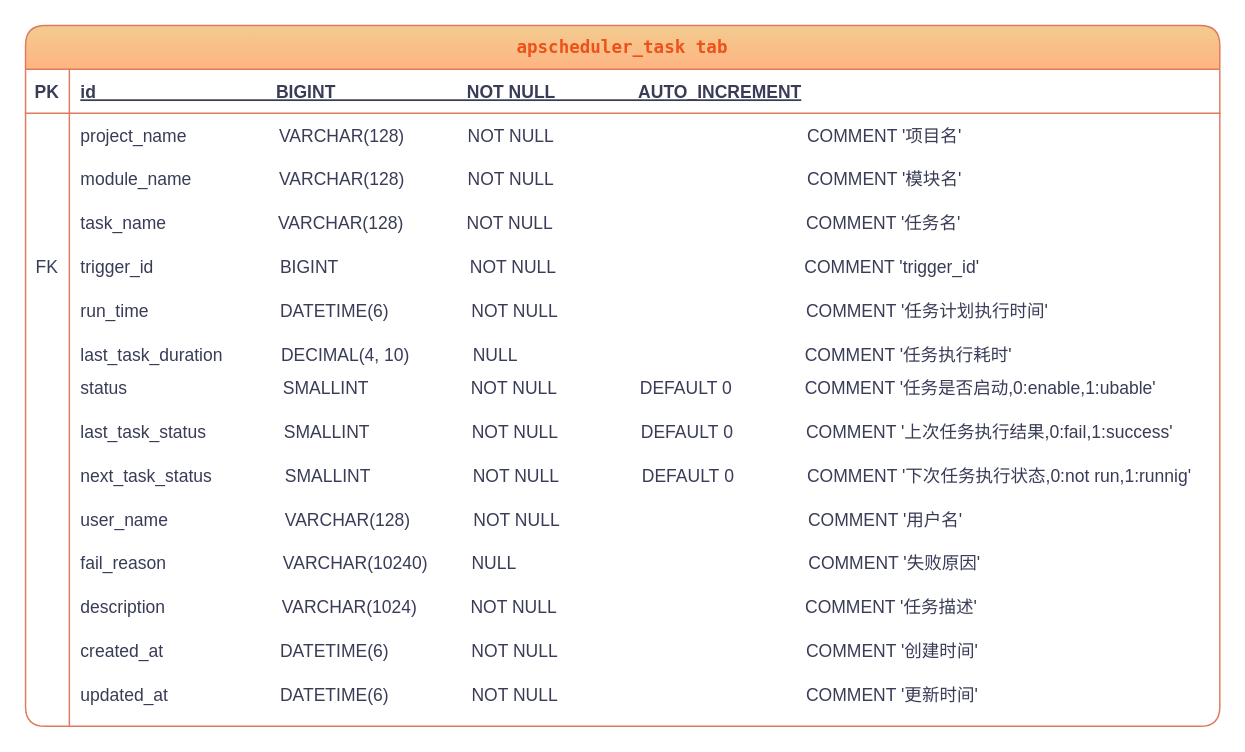
The draw.io diagram 存钱罐.drawio in 1325075688gw/-offer, before the edit. Source tidied: cells renumbered, new cells numbered last; positions are measured from the earlier drawing's top-left corner, leaving out a move shared by most shapes. Both pictures are drawn from the tidied source at 146%, with x=0, y=0 at pixel (25, 25).
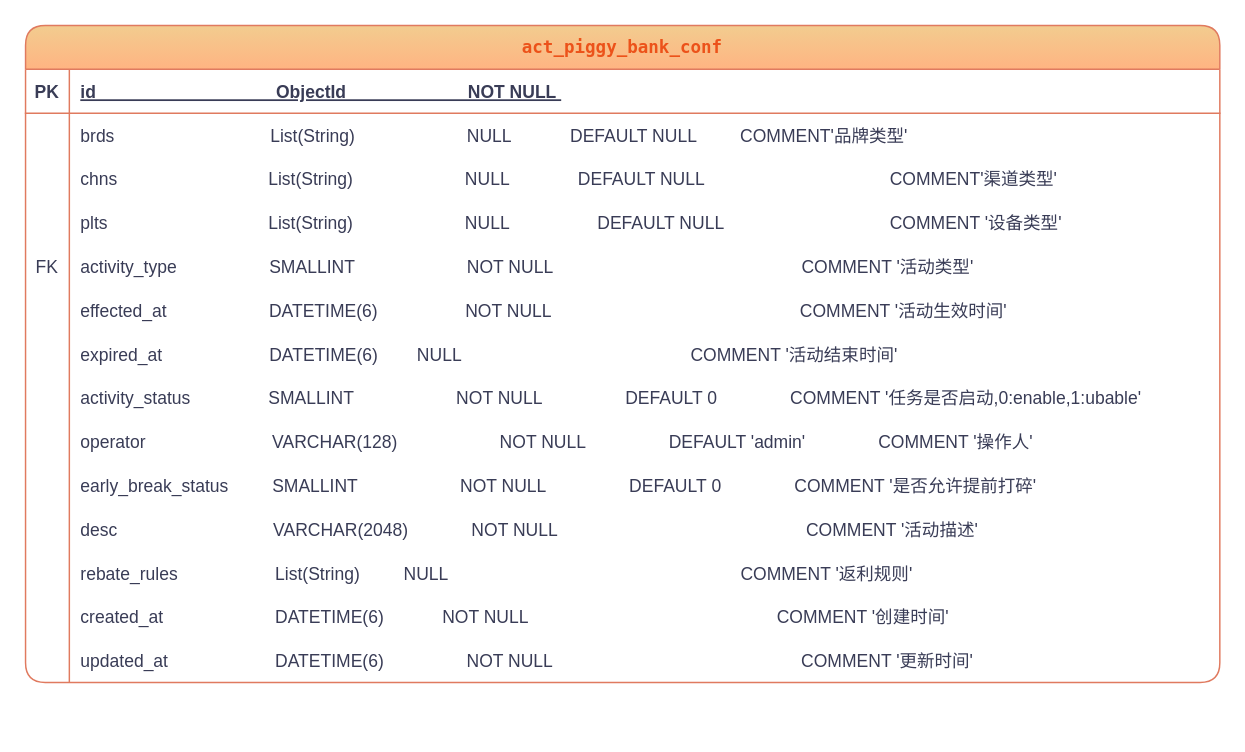
After the change.

Commit message (it also covers changes not shown here):
更新存钱罐.drawio

Unchanged cells that the change refers to:
```xml
<mxCell id="8" style="shape=partialRectangle;fillColor=none;top=0;left=0;right=0;bottom=1;rounded=1;labelBackgroundColor=none;strokeColor=#E07A5F;fontColor=#393C56;" parent="7" vertex="1">
  <mxGeometry y="30" width="818" height="30" as="geometry" />
</mxCell>
<mxCell id="11" style="shape=partialRectangle;fillColor=none;top=0;left=0;right=0;bottom=0;rounded=1;labelBackgroundColor=none;strokeColor=#E07A5F;fontColor=#393C56;" parent="7" vertex="1">
  <mxGeometry y="60" width="818" height="30" as="geometry" />
</mxCell>
<mxCell id="14" style="shape=partialRectangle;fillColor=none;top=0;left=0;right=0;bottom=0;rounded=1;labelBackgroundColor=none;strokeColor=#E07A5F;fontColor=#393C56;" parent="7" vertex="1">
  <mxGeometry y="90" width="818" height="30" as="geometry" />
</mxCell>
<mxCell id="17" style="shape=partialRectangle;fillColor=none;top=0;left=0;right=0;bottom=0;rounded=1;labelBackgroundColor=none;strokeColor=#E07A5F;fontColor=#393C56;" parent="7" vertex="1">
  <mxGeometry y="120" width="818" height="30" as="geometry" />
</mxCell>
<mxCell id="20" style="shape=partialRectangle;fillColor=none;top=0;left=0;right=0;bottom=0;rounded=1;labelBackgroundColor=none;strokeColor=#E07A5F;fontColor=#393C56;" parent="7" vertex="1">
  <mxGeometry y="150" width="818" height="30" as="geometry" />
</mxCell>
<mxCell id="23" style="shape=partialRectangle;fillColor=none;top=0;left=0;right=0;bottom=0;rounded=1;labelBackgroundColor=none;strokeColor=#E07A5F;fontColor=#393C56;" parent="7" vertex="1">
  <mxGeometry y="180" width="818" height="30" as="geometry" />
</mxCell>
<mxCell id="26" style="shape=partialRectangle;fillColor=none;top=0;left=0;right=0;bottom=0;rounded=1;labelBackgroundColor=none;strokeColor=#E07A5F;fontColor=#393C56;" parent="7" vertex="1">
  <mxGeometry y="210" width="818" height="30" as="geometry" />
</mxCell>
<mxCell id="29" style="shape=partialRectangle;fillColor=none;top=0;left=0;right=0;bottom=0;rounded=1;labelBackgroundColor=none;strokeColor=#E07A5F;fontColor=#393C56;" parent="7" vertex="1">
  <mxGeometry y="240" width="818" height="30" as="geometry" />
</mxCell>
<mxCell id="32" style="shape=partialRectangle;fillColor=none;top=0;left=0;right=0;bottom=0;rounded=1;labelBackgroundColor=none;strokeColor=#E07A5F;fontColor=#393C56;" parent="7" vertex="1">
  <mxGeometry y="270" width="818" height="30" as="geometry" />
</mxCell>
<mxCell id="35" style="shape=partialRectangle;fillColor=none;top=0;left=0;right=0;bottom=0;rounded=1;labelBackgroundColor=none;strokeColor=#E07A5F;fontColor=#393C56;" parent="7" vertex="1">
  <mxGeometry y="300" width="818" height="30" as="geometry" />
</mxCell>
<mxCell id="38" style="shape=partialRectangle;fillColor=none;top=0;left=0;right=0;bottom=0;rounded=1;labelBackgroundColor=none;strokeColor=#E07A5F;fontColor=#393C56;" parent="7" vertex="1">
  <mxGeometry y="330" width="818" height="30" as="geometry" />
</mxCell>
<mxCell id="41" style="shape=partialRectangle;fillColor=none;top=0;left=0;right=0;bottom=0;rounded=1;labelBackgroundColor=none;strokeColor=#E07A5F;fontColor=#393C56;" parent="7" vertex="1">
  <mxGeometry y="360" width="818" height="30" as="geometry" />
</mxCell>
<mxCell id="44" style="shape=partialRectangle;fillColor=none;top=0;left=0;right=0;bottom=0;rounded=1;labelBackgroundColor=none;strokeColor=#E07A5F;fontColor=#393C56;" parent="7" vertex="1">
  <mxGeometry y="390" width="818" height="30" as="geometry" />
</mxCell>
<mxCell id="47" style="shape=partialRectangle;fillColor=none;top=0;left=0;right=0;bottom=0;rounded=1;labelBackgroundColor=none;strokeColor=#E07A5F;fontColor=#393C56;" parent="7" vertex="1">
  <mxGeometry y="420" width="818" height="30" as="geometry" />
</mxCell>
```

What changed in the source:
```diff
@@
-    <mxCell id="7" value="apscheduler_task tab" style="shape=table;startSize=30;childLayout=tableLayout;rowLines=0;fontStyle=1;align=center;fontColor=#EC521A;whiteSpace=wrap;swimlaneFillColor=default;labelBorderColor=none;labelBackgroundColor=none;rounded=1;fontFamily=Lucida Console;fillColor=#F2CC8F;shadow=0;strokeColor=#E07A5F;gradientColor=#FFB482;" parent="1" vertex="1">
-      <mxGeometry width="818" height="480" as="geometry" />
+    <mxCell id="7" value="act_piggy_bank_conf" style="shape=table;startSize=30;childLayout=tableLayout;rowLines=0;fontStyle=1;align=center;fontColor=#EC521A;whiteSpace=wrap;swimlaneFillColor=default;labelBorderColor=none;labelBackgroundColor=none;rounded=1;fontFamily=Lucida Console;fillColor=#F2CC8F;shadow=0;strokeColor=#E07A5F;gradientColor=#FFB482;" parent="1" vertex="1">
+      <mxGeometry width="818" height="450" as="geometry" />
     </mxCell>
@@
-    <mxCell id="10" value="id                                     BIGINT                           NOT NULL                 AUTO_INCREMENT" style="shape=partialRectangle;overflow=hidden;fillColor=none;top=0;left=0;bottom=0;right=0;align=left;spacingLeft=6;fontStyle=5;fontColor=#393C56;labelBackgroundColor=none;rounded=1;strokeColor=#E07A5F;" parent="8" vertex="1">
+    <mxCell id="10" value="id                                     ObjectId                         NOT NULL " style="shape=partialRectangle;overflow=hidden;fillColor=none;top=0;left=0;bottom=0;right=0;align=left;spacingLeft=6;fontStyle=5;fontColor=#393C56;labelBackgroundColor=none;rounded=1;strokeColor=#E07A5F;" parent="8" vertex="1">
       <mxGeometry x="30" width="788" height="30" as="geometry" />
     </mxCell>
@@
-    <mxCell id="13" value="project_name                   VARCHAR(128)             NOT NULL                                                    COMMENT '项目名'" style="shape=partialRectangle;overflow=hidden;fillColor=none;top=0;left=0;bottom=0;right=0;align=left;spacingLeft=6;strokeColor=#E07A5F;rounded=1;labelBackgroundColor=none;fontColor=#393C56;" parent="11" vertex="1">
+    <mxCell id="13" value="brds                                List(String)                       NULL            DEFAULT NULL          COMMENT'品牌类型'" style="shape=partialRectangle;overflow=hidden;fillColor=none;top=0;left=0;bottom=0;right=0;align=left;spacingLeft=6;strokeColor=#E07A5F;rounded=1;labelBackgroundColor=none;fontColor=#393C56;" parent="11" vertex="1">
       <mxGeometry x="30" width="788" height="30" as="geometry" />
     </mxCell>
@@
-    <mxCell id="16" value="module_name                  VARCHAR(128)             NOT NULL                                                    COMMENT '模块名'" style="shape=partialRectangle;overflow=hidden;fillColor=none;top=0;left=0;bottom=0;right=0;align=left;spacingLeft=6;strokeColor=#E07A5F;rounded=1;labelBackgroundColor=none;fontColor=#393C56;" parent="14" vertex="1">
+    <mxCell id="16" value="chns                               List(String)                       NULL              DEFAULT NULL                                      COMMENT'渠道类型'" style="shape=partialRectangle;overflow=hidden;fillColor=none;top=0;left=0;bottom=0;right=0;align=left;spacingLeft=6;strokeColor=#E07A5F;rounded=1;labelBackgroundColor=none;fontColor=#393C56;" parent="14" vertex="1">
       <mxGeometry x="30" width="788" height="30" as="geometry" />
     </mxCell>
@@
-    <mxCell id="19" value="task_name                       VARCHAR(128)             NOT NULL                                                    COMMENT '任务名'" style="shape=partialRectangle;overflow=hidden;fillColor=none;top=0;left=0;bottom=0;right=0;align=left;spacingLeft=6;strokeColor=#E07A5F;rounded=1;labelBackgroundColor=none;fontColor=#393C56;" parent="17" vertex="1">
+    <mxCell id="19" value="plts                                 List(String)                       NULL                  DEFAULT NULL                                  COMMENT '设备类型'" style="shape=partialRectangle;overflow=hidden;fillColor=none;top=0;left=0;bottom=0;right=0;align=left;spacingLeft=6;strokeColor=#E07A5F;rounded=1;labelBackgroundColor=none;fontColor=#393C56;" parent="17" vertex="1">
       <mxGeometry x="30" width="788" height="30" as="geometry" />
     </mxCell>
@@
-    <mxCell id="22" value="trigger_id                          BIGINT                           NOT NULL                                                   COMMENT 'trigger_id'" style="shape=partialRectangle;overflow=hidden;fillColor=none;top=0;left=0;bottom=0;right=0;align=left;spacingLeft=6;strokeColor=#E07A5F;rounded=1;labelBackgroundColor=none;fontColor=#393C56;" parent="20" vertex="1">
+    <mxCell id="22" value="activity_type                   SMALLINT                       NOT NULL                                                   COMMENT '活动类型'" style="shape=partialRectangle;overflow=hidden;fillColor=none;top=0;left=0;bottom=0;right=0;align=left;spacingLeft=6;strokeColor=#E07A5F;rounded=1;labelBackgroundColor=none;fontColor=#393C56;" parent="20" vertex="1">
       <mxGeometry x="30" width="788" height="30" as="geometry" />
     </mxCell>
@@
-    <mxCell id="25" value="run_time                           DATETIME(6)                 NOT NULL                                                   COMMENT '任务计划执行时间'" style="shape=partialRectangle;overflow=hidden;fillColor=none;top=0;left=0;bottom=0;right=0;align=left;spacingLeft=6;strokeColor=#E07A5F;rounded=1;labelBackgroundColor=none;fontColor=#393C56;" parent="23" vertex="1">
+    <mxCell id="25" value="effected_at                     DATETIME(6)                  NOT NULL                                                   COMMENT '活动生效时间'" style="shape=partialRectangle;overflow=hidden;fillColor=none;top=0;left=0;bottom=0;right=0;align=left;spacingLeft=6;strokeColor=#E07A5F;rounded=1;labelBackgroundColor=none;fontColor=#393C56;" parent="23" vertex="1">
       <mxGeometry x="30" width="788" height="30" as="geometry" />
     </mxCell>
@@
-    <mxCell id="28" value="last_task_duration            DECIMAL(4, 10)             NULL                                                           COMMENT '任务执行耗时'" style="shape=partialRectangle;overflow=hidden;fillColor=none;top=0;left=0;bottom=0;right=0;align=left;spacingLeft=6;strokeColor=#E07A5F;rounded=1;labelBackgroundColor=none;fontColor=#393C56;" parent="26" vertex="1">
+    <mxCell id="28" value="expired_at                      DATETIME(6)        NULL                                               COMMENT '活动结束时间'" style="shape=partialRectangle;overflow=hidden;fillColor=none;top=0;left=0;bottom=0;right=0;align=left;spacingLeft=6;strokeColor=#E07A5F;rounded=1;labelBackgroundColor=none;fontColor=#393C56;" parent="26" vertex="1">
       <mxGeometry x="30" width="788" height="30" as="geometry" />
     </mxCell>
@@
-    <mxCell id="31" value="status                                SMALLINT                     NOT NULL                 DEFAULT 0               COMMENT '任务是否启动,0:enable,1:ubable'&#10;              " style="shape=partialRectangle;overflow=hidden;fillColor=none;top=0;left=0;bottom=0;right=0;align=left;spacingLeft=6;strokeColor=#E07A5F;rounded=1;labelBackgroundColor=none;fontColor=#393C56;" parent="29" vertex="1">
+    <mxCell id="31" value="activity_status                SMALLINT                     NOT NULL                 DEFAULT 0               COMMENT '任务是否启动,0:enable,1:ubable'              " style="shape=partialRectangle;overflow=hidden;fillColor=none;top=0;left=0;bottom=0;right=0;align=left;spacingLeft=6;strokeColor=#E07A5F;rounded=1;labelBackgroundColor=none;fontColor=#393C56;" parent="29" vertex="1">
       <mxGeometry x="30" width="788" height="30" as="geometry" />
     </mxCell>
@@
-    <mxCell id="34" value="last_task_status                SMALLINT                     NOT NULL                 DEFAULT 0               COMMENT '上次任务执行结果,0:fail,1:success'&#10; " style="shape=partialRectangle;overflow=hidden;fillColor=none;top=0;left=0;bottom=0;right=0;align=left;spacingLeft=6;strokeColor=#E07A5F;rounded=1;labelBackgroundColor=none;fontColor=#393C56;" parent="32" vertex="1">
+    <mxCell id="34" value="operator                          VARCHAR(128)                     NOT NULL                 DEFAULT 'admin'               COMMENT '操作人'" style="shape=partialRectangle;overflow=hidden;fillColor=none;top=0;left=0;bottom=0;right=0;align=left;spacingLeft=6;strokeColor=#E07A5F;rounded=1;labelBackgroundColor=none;fontColor=#393C56;" parent="32" vertex="1">
       <mxGeometry x="30" width="788" height="30" as="geometry" />
     </mxCell>
@@
-    <mxCell id="37" value="next_task_status               SMALLINT                     NOT NULL                 DEFAULT 0               COMMENT '下次任务执行状态,0:not run,1:runnig'&#10; " style="shape=partialRectangle;overflow=hidden;fillColor=none;top=0;left=0;bottom=0;right=0;align=left;spacingLeft=6;strokeColor=#E07A5F;labelBackgroundColor=none;rounded=1;fontColor=#393C56;" parent="35" vertex="1">
+    <mxCell id="37" value="early_break_status         SMALLINT                     NOT NULL                 DEFAULT 0               COMMENT '是否允许提前打碎'" style="shape=partialRectangle;overflow=hidden;fillColor=none;top=0;left=0;bottom=0;right=0;align=left;spacingLeft=6;strokeColor=#E07A5F;labelBackgroundColor=none;rounded=1;fontColor=#393C56;" parent="35" vertex="1">
       <mxGeometry x="30" width="788" height="30" as="geometry" />
     </mxCell>
@@
-    <mxCell id="40" value="user_name                        VARCHAR(128)             NOT NULL                                                   COMMENT '用户名'&#10; " style="shape=partialRectangle;overflow=hidden;fillColor=none;top=0;left=0;bottom=0;right=0;align=left;spacingLeft=6;strokeColor=#E07A5F;rounded=1;labelBackgroundColor=none;fontColor=#393C56;" parent="38" vertex="1">
+    <mxCell id="40" value="desc                                VARCHAR(2048)             NOT NULL                                                   COMMENT '活动描述'" style="shape=partialRectangle;overflow=hidden;fillColor=none;top=0;left=0;bottom=0;right=0;align=left;spacingLeft=6;strokeColor=#E07A5F;rounded=1;labelBackgroundColor=none;fontColor=#393C56;" parent="38" vertex="1">
       <mxGeometry x="30" width="788" height="30" as="geometry" />
     </mxCell>
@@
-    <mxCell id="43" value="fail_reason                        VARCHAR(10240)         NULL                                                            COMMENT '失败原因'&#10; " style="shape=partialRectangle;overflow=hidden;fillColor=none;top=0;left=0;bottom=0;right=0;align=left;spacingLeft=6;strokeColor=#E07A5F;rounded=1;labelBackgroundColor=none;fontColor=#393C56;" parent="41" vertex="1">
+    <mxCell id="43" value="rebate_rules                    List(String)         NULL                                                            COMMENT '返利规则'" style="shape=partialRectangle;overflow=hidden;fillColor=none;top=0;left=0;bottom=0;right=0;align=left;spacingLeft=6;strokeColor=#E07A5F;rounded=1;labelBackgroundColor=none;fontColor=#393C56;" parent="41" vertex="1">
       <mxGeometry x="30" width="788" height="30" as="geometry" />
     </mxCell>
@@
-    <mxCell id="46" value="description                        VARCHAR(1024)           NOT NULL                                                   COMMENT '任务描述'&#10; " style="shape=partialRectangle;overflow=hidden;fillColor=none;top=0;left=0;bottom=0;right=0;align=left;spacingLeft=6;strokeColor=#E07A5F;rounded=1;labelBackgroundColor=none;fontColor=#393C56;" parent="44" vertex="1">
+    <mxCell id="46" value="created_at                       DATETIME(6)            NOT NULL                                                   COMMENT '创建时间'" style="shape=partialRectangle;overflow=hidden;fillColor=none;top=0;left=0;bottom=0;right=0;align=left;spacingLeft=6;strokeColor=#E07A5F;rounded=1;labelBackgroundColor=none;fontColor=#393C56;" parent="44" vertex="1">
       <mxGeometry x="30" width="788" height="30" as="geometry" />
     </mxCell>
@@
-    <mxCell id="49" value="created_at                        DATETIME(6)                 NOT NULL                                                   COMMENT '创建时间'&#10; " style="shape=partialRectangle;overflow=hidden;fillColor=none;top=0;left=0;bottom=0;right=0;align=left;spacingLeft=6;strokeColor=#E07A5F;rounded=1;labelBackgroundColor=none;fontColor=#393C56;" parent="47" vertex="1">
+    <mxCell id="49" value="updated_at                      DATETIME(6)                 NOT NULL                                                   COMMENT '更新时间'" style="shape=partialRectangle;overflow=hidden;fillColor=none;top=0;left=0;bottom=0;right=0;align=left;spacingLeft=6;strokeColor=#E07A5F;rounded=1;labelBackgroundColor=none;fontColor=#393C56;" parent="47" vertex="1">
       <mxGeometry x="30" width="788" height="30" as="geometry" />
     </mxCell>
-    <mxCell id="50" style="shape=partialRectangle;fillColor=none;top=0;left=0;right=0;bottom=0;rounded=1;labelBackgroundColor=none;strokeColor=#E07A5F;fontColor=#393C56;" parent="7" vertex="1">
-      <mxGeometry y="450" width="818" height="30" as="geometry" />
-    </mxCell>
-    <mxCell id="51" style="shape=partialRectangle;overflow=hidden;fillColor=none;top=0;left=0;bottom=0;right=0;rounded=1;labelBackgroundColor=none;strokeColor=#E07A5F;fontColor=#393C56;" parent="50" vertex="1">
-      <mxGeometry width="30" height="30" as="geometry" />
-    </mxCell>
-    <mxCell id="52" value="updated_at                       DATETIME(6)                 NOT NULL                                                   COMMENT '更新时间'&#10; " style="shape=partialRectangle;overflow=hidden;fillColor=none;top=0;left=0;bottom=0;right=0;align=left;spacingLeft=6;strokeColor=#E07A5F;rounded=1;labelBackgroundColor=none;fontColor=#393C56;" parent="50" vertex="1">
-      <mxGeometry x="30" width="788" height="30" as="geometry" />
-    </mxCell>
```
